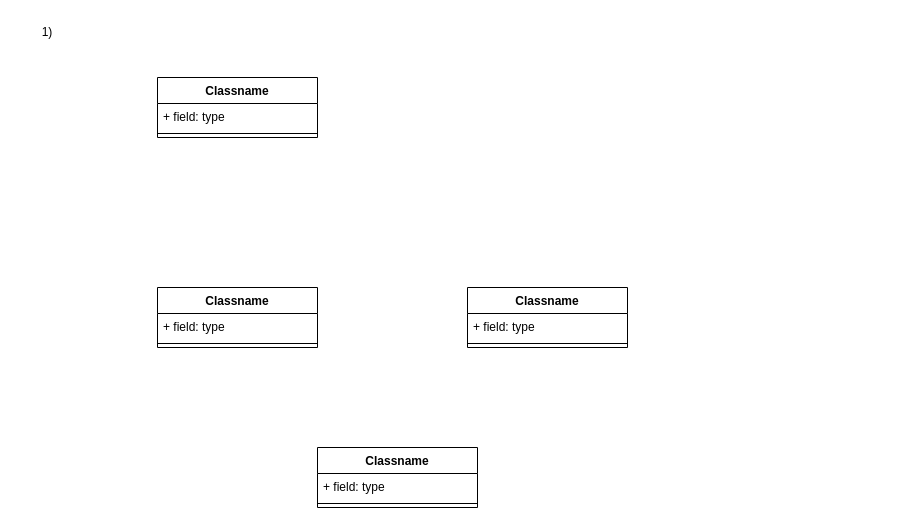
This is Midterm 1 Sample Exam.drawio from Cole-Hartman/database-UML, a draw.io file, before an edit. Source tidied: cells renumbered, new cells numbered last; positions are measured from the earlier drawing's top-left corner, leaving out a move shared by most shapes. Both pictures are drawn from the tidied source at 100%, with x=0, y=0 at pixel (17, 17).
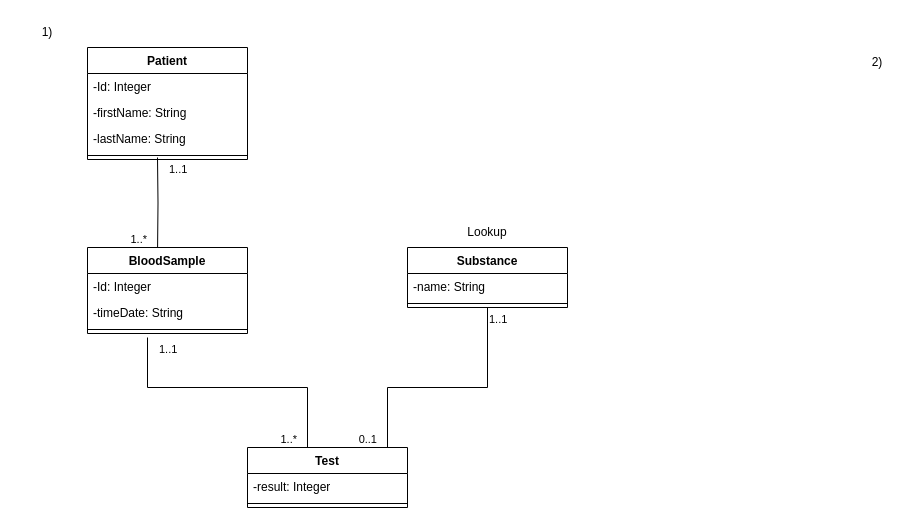
After the change.

What changed in the source:
```diff
@@
-    <mxCell id="3" value="Classname" style="swimlane;fontStyle=1;align=center;verticalAlign=top;horizontal=1;startSize=26;whiteSpace=wrap;html=1;" parent="1" vertex="1">
-      <mxGeometry x="140" y="60" width="160" height="60" as="geometry" />
+    <mxCell id="3" value="Patient" style="swimlane;fontStyle=1;align=center;verticalAlign=top;horizontal=1;startSize=26;whiteSpace=wrap;html=1;" parent="1" vertex="1">
+      <mxGeometry x="70" y="30" width="160" height="112" as="geometry" />
     </mxCell>
-    <mxCell id="4" value="+ field: type" style="text;strokeColor=none;fillColor=none;align=left;verticalAlign=top;spacingLeft=4;spacingRight=4;overflow=hidden;whiteSpace=wrap;html=1;" parent="3" vertex="1">
+    <mxCell id="4" value="-Id: Integer" style="text;strokeColor=none;fillColor=none;align=left;verticalAlign=top;spacingLeft=4;spacingRight=4;overflow=hidden;whiteSpace=wrap;html=1;" parent="3" vertex="1">
       <mxGeometry y="26" width="160" height="26" as="geometry" />
     </mxCell>
+    <mxCell id="15" value="-firstName: String &lt;span style=&quot;white-space: pre;&quot;&gt;&#9;&lt;/span&gt;" style="text;strokeColor=none;fillColor=none;align=left;verticalAlign=top;spacingLeft=4;spacingRight=4;overflow=hidden;whiteSpace=wrap;html=1;" parent="3" vertex="1">
+      <mxGeometry y="52" width="160" height="26" as="geometry" />
+    </mxCell>
+    <mxCell id="16" value="-lastName: String" style="text;strokeColor=none;fillColor=none;align=left;verticalAlign=top;spacingLeft=4;spacingRight=4;overflow=hidden;whiteSpace=wrap;html=1;" parent="3" vertex="1">
+      <mxGeometry y="78" width="160" height="26" as="geometry" />
+    </mxCell>
     <mxCell id="5" style="line;strokeWidth=1;fillColor=none;align=left;verticalAlign=middle;spacingTop=-1;spacingLeft=3;spacingRight=3;labelPosition=right;strokeColor=inherit;" parent="3" vertex="1">
-      <mxGeometry y="52" width="160" height="8" as="geometry" />
+      <mxGeometry y="104" width="160" height="8" as="geometry" />
     </mxCell>
-    <mxCell id="6" value="Classname" style="swimlane;fontStyle=1;align=center;verticalAlign=top;horizontal=1;startSize=26;whiteSpace=wrap;html=1;" parent="1" vertex="1">
-      <mxGeometry x="140" y="270" width="160" height="60" as="geometry" />
+    <mxCell id="6" value="BloodSample" style="swimlane;fontStyle=1;align=center;verticalAlign=top;horizontal=1;startSize=26;whiteSpace=wrap;html=1;" parent="1" vertex="1">
+      <mxGeometry x="70" y="230" width="160" height="86" as="geometry" />
     </mxCell>
-    <mxCell id="7" value="+ field: type" style="text;strokeColor=none;fillColor=none;align=left;verticalAlign=top;spacingLeft=4;spacingRight=4;overflow=hidden;whiteSpace=wrap;html=1;" parent="6" vertex="1">
+    <mxCell id="7" value="-Id: Integer" style="text;strokeColor=none;fillColor=none;align=left;verticalAlign=top;spacingLeft=4;spacingRight=4;overflow=hidden;whiteSpace=wrap;html=1;" parent="6" vertex="1">
       <mxGeometry y="26" width="160" height="26" as="geometry" />
     </mxCell>
+    <mxCell id="17" value="-timeDate: String" style="text;strokeColor=none;fillColor=none;align=left;verticalAlign=top;spacingLeft=4;spacingRight=4;overflow=hidden;whiteSpace=wrap;html=1;" parent="6" vertex="1">
+      <mxGeometry y="52" width="160" height="26" as="geometry" />
+    </mxCell>
     <mxCell id="8" style="line;strokeWidth=1;fillColor=none;align=left;verticalAlign=middle;spacingTop=-1;spacingLeft=3;spacingRight=3;labelPosition=right;strokeColor=inherit;" parent="6" vertex="1">
-      <mxGeometry y="52" width="160" height="8" as="geometry" />
+      <mxGeometry y="78" width="160" height="8" as="geometry" />
     </mxCell>
-    <mxCell id="9" value="Classname" style="swimlane;fontStyle=1;align=center;verticalAlign=top;horizontal=1;startSize=26;whiteSpace=wrap;html=1;" parent="1" vertex="1">
-      <mxGeometry x="450" y="270" width="160" height="60" as="geometry" />
+    <mxCell id="9" value="Substance" style="swimlane;fontStyle=1;align=center;verticalAlign=top;horizontal=1;startSize=26;whiteSpace=wrap;html=1;" parent="1" vertex="1">
+      <mxGeometry x="390" y="230" width="160" height="60" as="geometry" />
     </mxCell>
-    <mxCell id="10" value="+ field: type" style="text;strokeColor=none;fillColor=none;align=left;verticalAlign=top;spacingLeft=4;spacingRight=4;overflow=hidden;whiteSpace=wrap;html=1;" parent="9" vertex="1">
+    <mxCell id="10" value="-name: String" style="text;strokeColor=none;fillColor=none;align=left;verticalAlign=top;spacingLeft=4;spacingRight=4;overflow=hidden;whiteSpace=wrap;html=1;" parent="9" vertex="1">
       <mxGeometry y="26" width="160" height="26" as="geometry" />
     </mxCell>
@@
-    <mxCell id="12" value="Classname" style="swimlane;fontStyle=1;align=center;verticalAlign=top;horizontal=1;startSize=26;whiteSpace=wrap;html=1;" parent="1" vertex="1">
-      <mxGeometry x="300" y="430" width="160" height="60" as="geometry" />
+    <mxCell id="12" value="Test" style="swimlane;fontStyle=1;align=center;verticalAlign=top;horizontal=1;startSize=26;whiteSpace=wrap;html=1;" parent="1" vertex="1">
+      <mxGeometry x="230" y="430" width="160" height="60" as="geometry" />
     </mxCell>
-    <mxCell id="13" value="+ field: type" style="text;strokeColor=none;fillColor=none;align=left;verticalAlign=top;spacingLeft=4;spacingRight=4;overflow=hidden;whiteSpace=wrap;html=1;" parent="12" vertex="1">
+    <mxCell id="13" value="-result: Integer" style="text;strokeColor=none;fillColor=none;align=left;verticalAlign=top;spacingLeft=4;spacingRight=4;overflow=hidden;whiteSpace=wrap;html=1;" parent="12" vertex="1">
       <mxGeometry y="26" width="160" height="26" as="geometry" />
     </mxCell>
@@
+    <mxCell id="18" style="endArrow=none;html=1;edgeStyle=orthogonalEdgeStyle;rounded=0;entryX=0.438;entryY=0;entryDx=0;entryDy=0;entryPerimeter=0;" parent="1" edge="1" target="6">
+      <mxGeometry relative="1" as="geometry">
+        <mxPoint x="140" y="140" as="sourcePoint" />
+      </mxGeometry>
+    </mxCell>
+    <mxCell id="19" value="1..1" style="edgeLabel;html=1;align=left;verticalAlign=bottom;" parent="18" vertex="1">
+      <mxGeometry x="-1" relative="1" as="geometry">
+        <mxPoint x="10" y="20" as="offset" />
+      </mxGeometry>
+    </mxCell>
+    <mxCell id="20" value="1..*" style="edgeLabel;html=1;align=right;verticalAlign=bottom;" parent="18" vertex="1">
+      <mxGeometry x="1" relative="1" as="geometry">
+        <mxPoint x="-10" as="offset" />
+      </mxGeometry>
+    </mxCell>
+    <mxCell id="21" style="endArrow=none;html=1;edgeStyle=orthogonalEdgeStyle;rounded=0;entryX=0.5;entryY=0;entryDx=0;entryDy=0;" parent="1" edge="1" target="12">
+      <mxGeometry relative="1" as="geometry">
+        <mxPoint x="130" y="320" as="sourcePoint" />
+        <Array as="points">
+          <mxPoint x="130" y="370" />
+          <mxPoint x="290" y="370" />
+          <mxPoint x="290" y="430" />
+        </Array>
+      </mxGeometry>
+    </mxCell>
+    <mxCell id="22" value="1..1" style="edgeLabel;html=1;align=left;verticalAlign=bottom;" parent="21" vertex="1">
+      <mxGeometry x="-1" relative="1" as="geometry">
+        <mxPoint x="10" y="20" as="offset" />
+      </mxGeometry>
+    </mxCell>
+    <mxCell id="23" value="1..*" style="edgeLabel;html=1;align=right;verticalAlign=bottom;" parent="21" vertex="1">
+      <mxGeometry x="1" relative="1" as="geometry">
+        <mxPoint x="-30" as="offset" />
+      </mxGeometry>
+    </mxCell>
+    <mxCell id="24" style="endArrow=none;html=1;edgeStyle=orthogonalEdgeStyle;rounded=0;entryX=0.625;entryY=0;entryDx=0;entryDy=0;entryPerimeter=0;" parent="1" edge="1" target="12">
+      <mxGeometry relative="1" as="geometry">
+        <mxPoint x="470" y="290" as="sourcePoint" />
+        <Array as="points">
+          <mxPoint x="470" y="370" />
+          <mxPoint x="370" y="370" />
+          <mxPoint x="370" y="430" />
+        </Array>
+      </mxGeometry>
+    </mxCell>
+    <mxCell id="25" value="1..1" style="edgeLabel;html=1;align=left;verticalAlign=bottom;" parent="24" vertex="1">
+      <mxGeometry x="-1" relative="1" as="geometry">
+        <mxPoint y="20" as="offset" />
+      </mxGeometry>
+    </mxCell>
+    <mxCell id="26" value="0..1" style="edgeLabel;html=1;align=right;verticalAlign=bottom;" parent="24" vertex="1">
+      <mxGeometry x="1" relative="1" as="geometry">
+        <mxPoint x="30" as="offset" />
+      </mxGeometry>
+    </mxCell>
+    <mxCell id="27" value="Lookup" style="text;html=1;align=center;verticalAlign=middle;whiteSpace=wrap;rounded=0;" parent="1" vertex="1">
+      <mxGeometry x="440" y="200" width="60" height="30" as="geometry" />
+    </mxCell>
+    <mxCell id="28" value="2)" style="text;html=1;align=center;verticalAlign=middle;whiteSpace=wrap;rounded=0;" parent="1" vertex="1">
+      <mxGeometry x="830" y="30" width="60" height="30" as="geometry" />
+    </mxCell>
```
